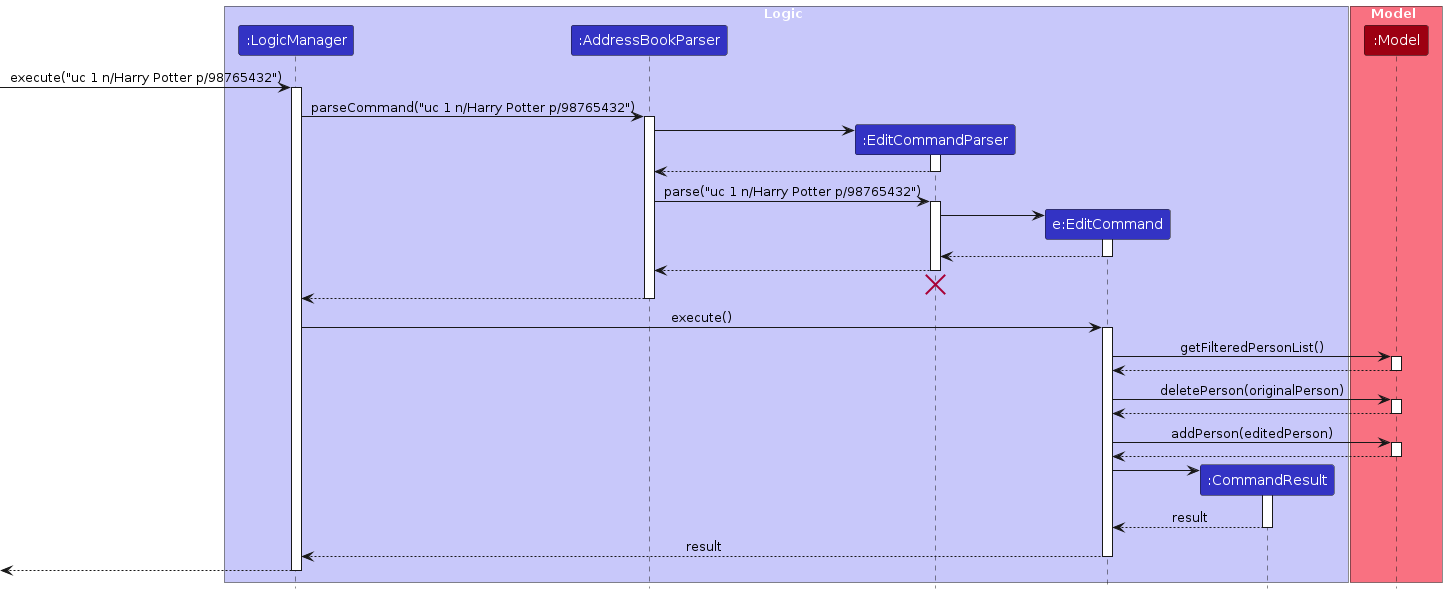
Earlier version of the PlantUML export diagrams/EditCommandSequenceDiagram.png (teojunda/tp). Its source is kept beside it as diagrams/EditCommandSequenceDiagram.puml. The source it was exported from:
```plantuml
@startuml
!include style.puml
skinparam ArrowFontStyle plain

box Logic LOGIC_COLOR_T1
participant ":LogicManager" as LogicManager LOGIC_COLOR
participant ":AddressBookParser" as AddressBookParser LOGIC_COLOR
participant ":EditCommandParser" as EditCommandParser LOGIC_COLOR
participant "e:EditCommand" as EditCommand LOGIC_COLOR
participant ":CommandResult" as CommandResult LOGIC_COLOR
end box

box Model MODEL_COLOR_T1
participant ":Model" as Model MODEL_COLOR
end box

[-> LogicManager : execute("uc 1 n/Harry Potter p/98765432")
activate LogicManager

LogicManager -> AddressBookParser : parseCommand("uc 1 n/Harry Potter p/98765432")
activate AddressBookParser

create EditCommandParser
AddressBookParser -> EditCommandParser
activate EditCommandParser

EditCommandParser --> AddressBookParser
deactivate EditCommandParser

AddressBookParser -> EditCommandParser : parse("uc 1 n/Harry Potter p/98765432")
activate EditCommandParser

create EditCommand
EditCommandParser -> EditCommand
activate EditCommand

EditCommand --> EditCommandParser
deactivate EditCommand

EditCommandParser --> AddressBookParser
deactivate EditCommandParser

EditCommandParser -[hidden]-> AddressBookParser
destroy EditCommandParser

AddressBookParser --> LogicManager
deactivate AddressBookParser

LogicManager -> EditCommand : execute()
activate EditCommand

EditCommand -> Model : getFilteredPersonList()
activate Model

Model --> EditCommand
deactivate Model

EditCommand -> Model : deletePerson(originalPerson)
activate Model

Model --> EditCommand
deactivate Model

EditCommand -> Model : addPerson(editedPerson)
activate Model

Model --> EditCommand
deactivate Model

create CommandResult
EditCommand -> CommandResult
activate CommandResult

CommandResult --> EditCommand : result
deactivate CommandResult

EditCommand --> LogicManager : result
deactivate EditCommand

[<--LogicManager
deactivate LogicManager
@enduml
```
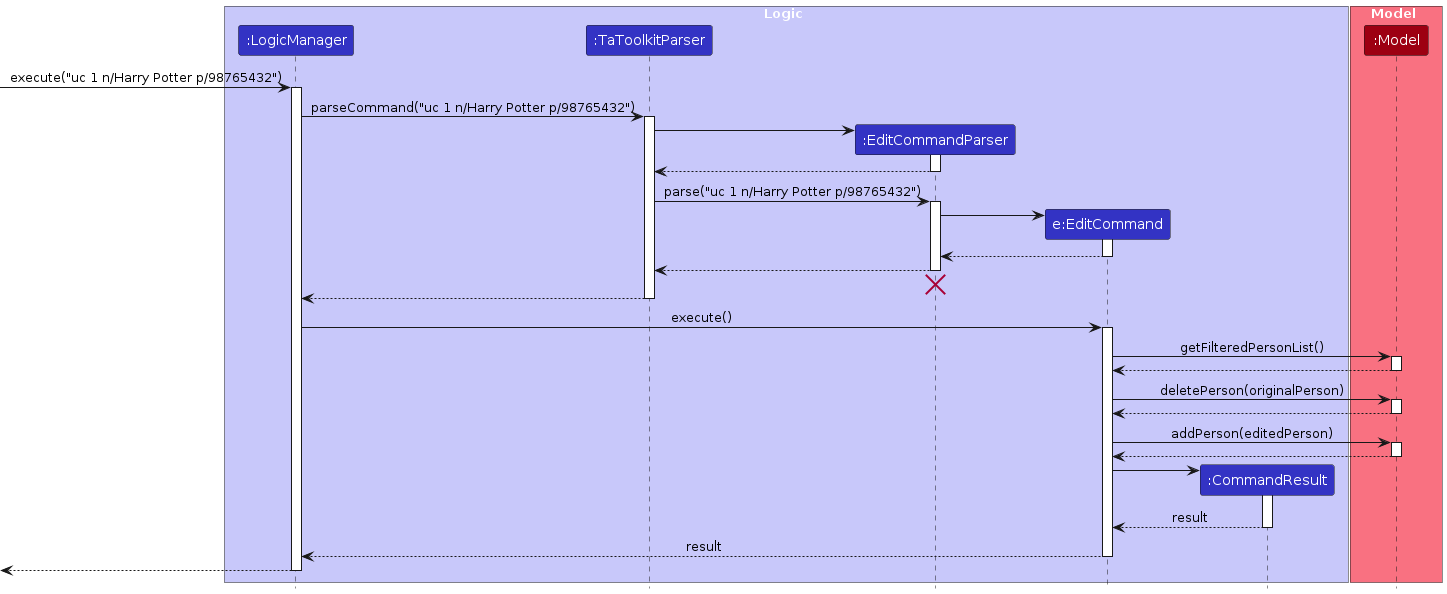
After the commit.

The edit, as a diff of the source:
```diff
@@ -4,7 +4,7 @@
 
 box Logic LOGIC_COLOR_T1
 participant ":LogicManager" as LogicManager LOGIC_COLOR
-participant ":AddressBookParser" as AddressBookParser LOGIC_COLOR
+participant ":TaToolkitParser" as TaToolkitParser LOGIC_COLOR
 participant ":EditCommandParser" as EditCommandParser LOGIC_COLOR
 participant "e:EditCommand" as EditCommand LOGIC_COLOR
 participant ":CommandResult" as CommandResult LOGIC_COLOR
@@ -17,17 +17,17 @@
 [-> LogicManager : execute("uc 1 n/Harry Potter p/98765432")
 activate LogicManager
 
-LogicManager -> AddressBookParser : parseCommand("uc 1 n/Harry Potter p/98765432")
-activate AddressBookParser
+LogicManager -> TaToolkitParser : parseCommand("uc 1 n/Harry Potter p/98765432")
+activate TaToolkitParser
 
 create EditCommandParser
-AddressBookParser -> EditCommandParser
+TaToolkitParser -> EditCommandParser
 activate EditCommandParser
 
-EditCommandParser --> AddressBookParser
+EditCommandParser --> TaToolkitParser
 deactivate EditCommandParser
 
-AddressBookParser -> EditCommandParser : parse("uc 1 n/Harry Potter p/98765432")
+TaToolkitParser -> EditCommandParser : parse("uc 1 n/Harry Potter p/98765432")
 activate EditCommandParser
 
 create EditCommand
@@ -37,14 +37,14 @@
 EditCommand --> EditCommandParser
 deactivate EditCommand
 
-EditCommandParser --> AddressBookParser
+EditCommandParser --> TaToolkitParser
 deactivate EditCommandParser
 
-EditCommandParser -[hidden]-> AddressBookParser
+EditCommandParser -[hidden]-> TaToolkitParser
 destroy EditCommandParser
 
-AddressBookParser --> LogicManager
-deactivate AddressBookParser
+TaToolkitParser --> LogicManager
+deactivate TaToolkitParser
 
 LogicManager -> EditCommand : execute()
 activate EditCommand
```
